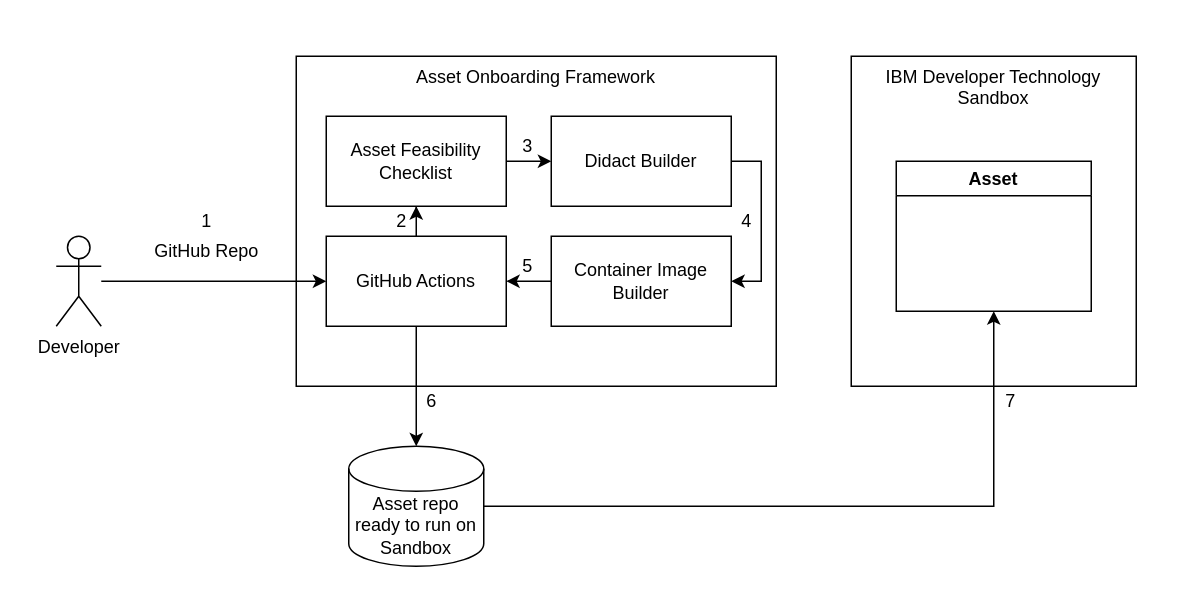
Before: Asset Onboarding Framework.drawio in manojjahgirdar/drawio-diagrams, a draw.io diagram. Source tidied: cells renumbered, new cells numbered last; positions are measured from the earlier drawing's top-left corner, leaving out a move shared by most shapes. Both pictures are drawn from the tidied source at 150%, with x=0, y=0 at pixel (56, 56).
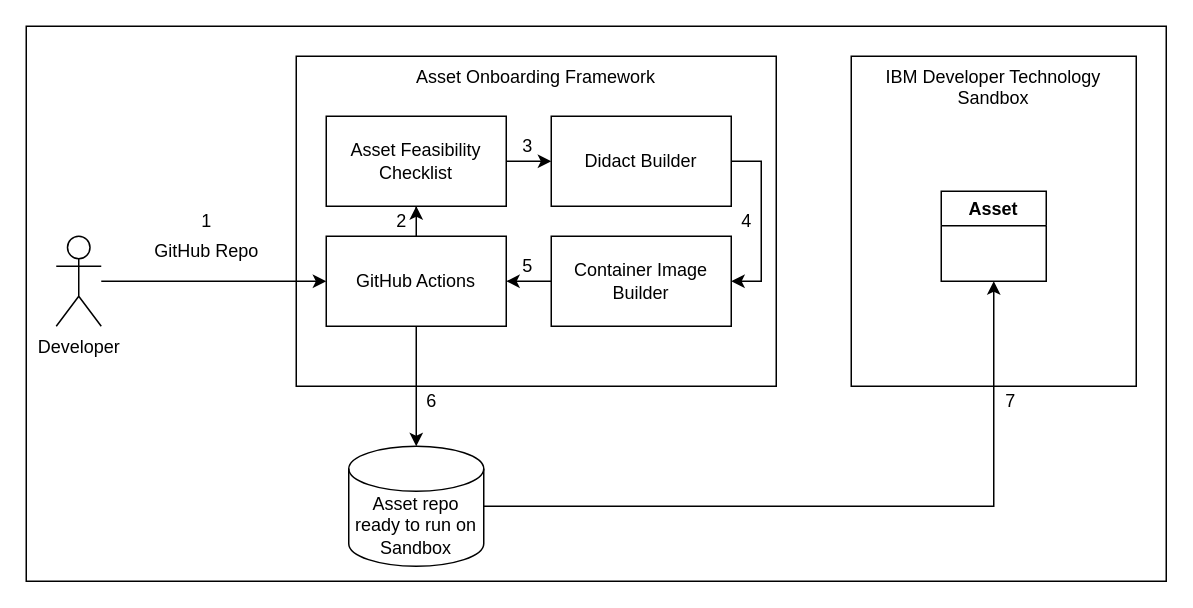
After the change.

What changed in the source:
```diff
@@
+    <mxCell id="26" style="rounded=0;whiteSpace=wrap;html=1;" parent="1" vertex="1">
+      <mxGeometry x="-20" y="-20" width="760" height="370" as="geometry" />
+    </mxCell>
@@
     <mxCell id="18" value="Asset" style="swimlane;" parent="1" vertex="1">
-      <mxGeometry x="560" y="70" width="130" height="100" as="geometry" />
+      <mxGeometry x="590" y="90" width="70" height="60" as="geometry" />
     </mxCell>
```
